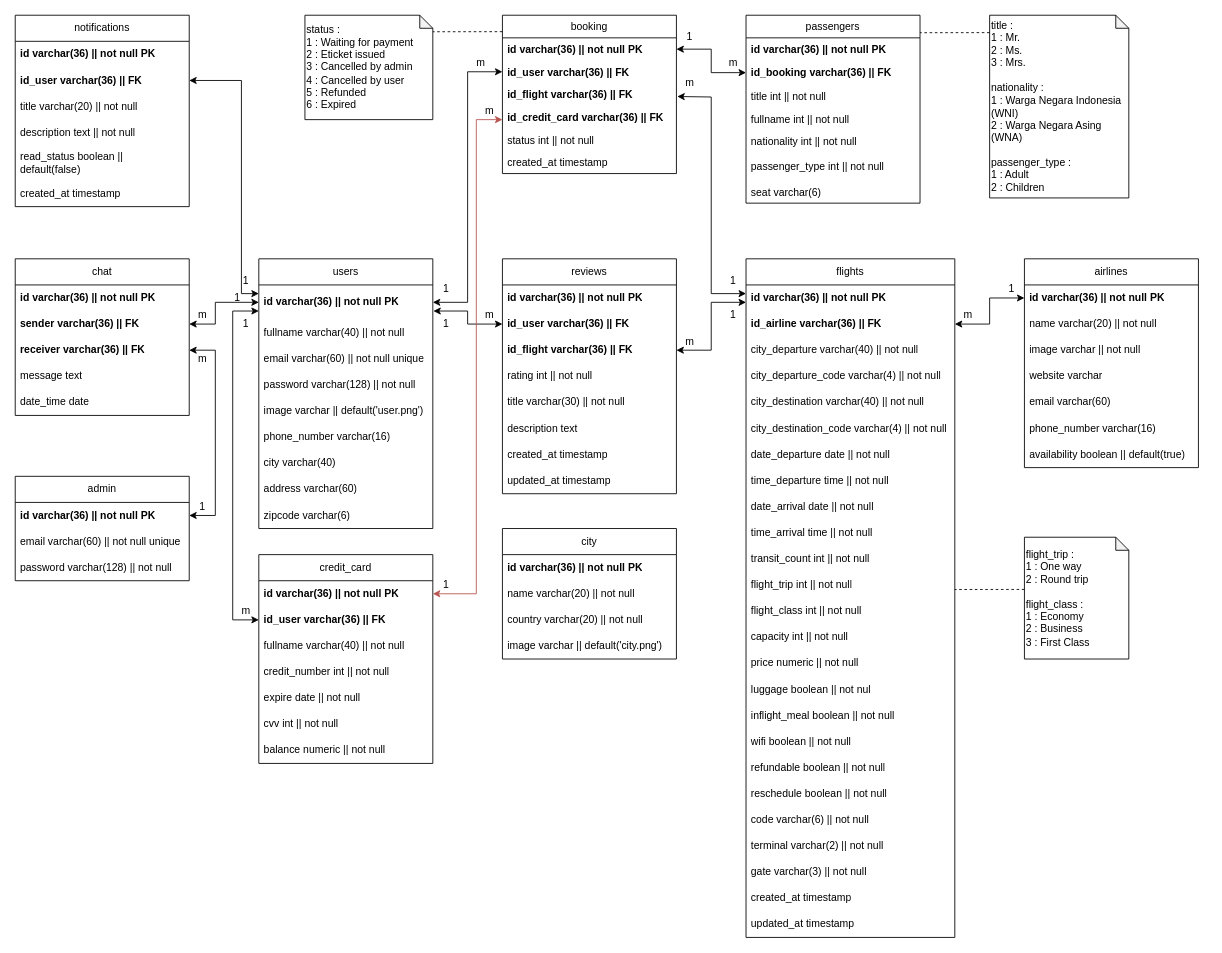
Earlier version of the draw.io diagram docs/ankasa_database.drawio (hosealeonardo18/ankasa-backend). Source tidied: cells renumbered, new cells numbered last; positions are measured from the earlier drawing's top-left corner, leaving out a move shared by most shapes. Both pictures are drawn from the tidied source at 87%, with x=0, y=0 at pixel (15, 15).
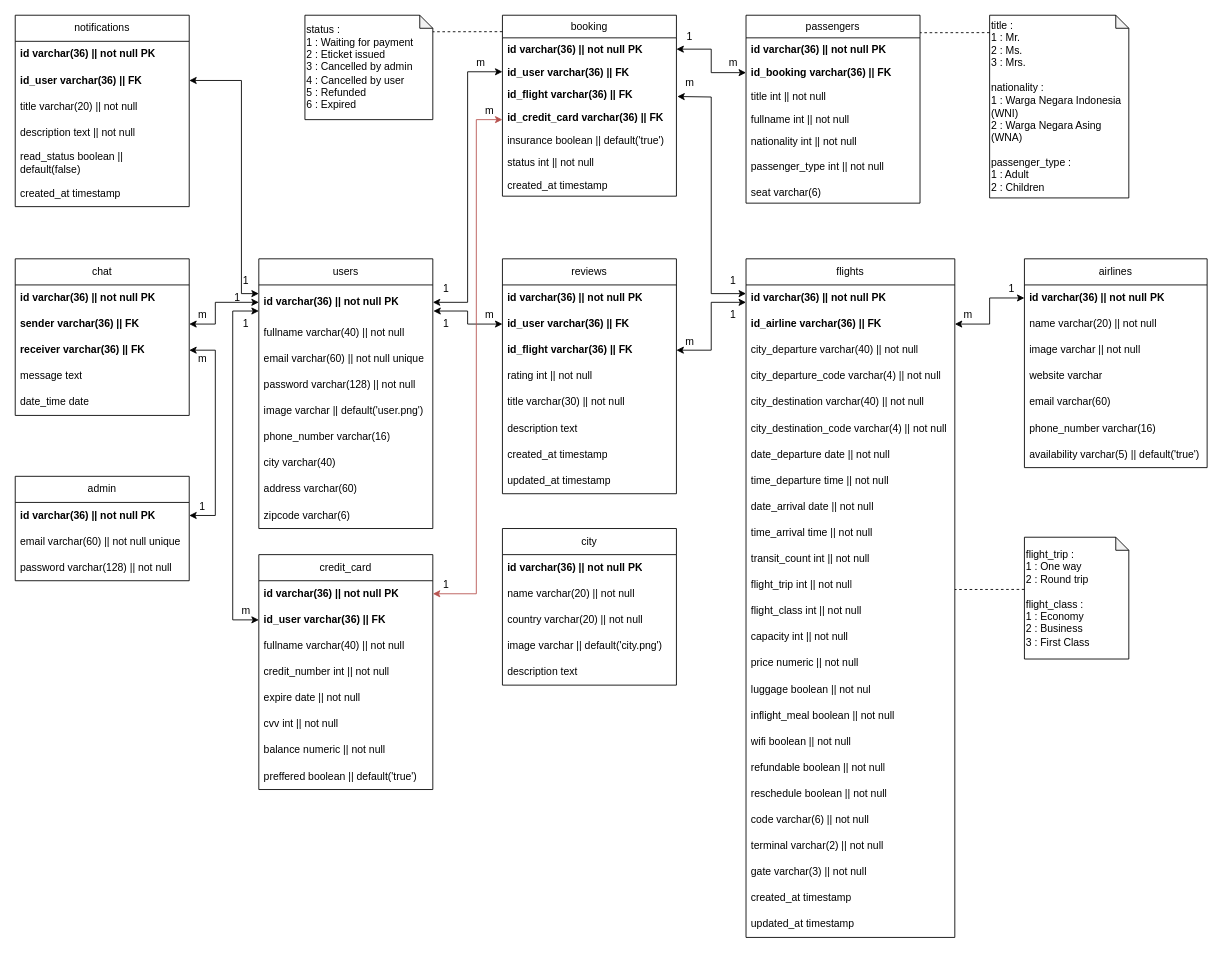
After the change.

What changed in the source:
```diff
@@
     <mxCell id="2" value="booking" style="swimlane;fontStyle=0;horizontal=1;startSize=26;fillColor=none;" parent="1" vertex="1">
-      <mxGeometry x="560" width="200" height="182" as="geometry" />
+      <mxGeometry x="560" width="200" height="208" as="geometry" />
     </mxCell>
@@
+    <mxCell id="138" value="insurance boolean || default('true')" style="text;strokeColor=none;fillColor=none;align=left;verticalAlign=top;spacingLeft=4;spacingRight=4;overflow=hidden;" parent="2" vertex="1">
+      <mxGeometry y="130" width="200" height="26" as="geometry" />
+    </mxCell>
     <mxCell id="7" value="status int || not null" style="text;strokeColor=none;fillColor=none;align=left;verticalAlign=top;spacingLeft=4;spacingRight=4;overflow=hidden;" parent="2" vertex="1">
-      <mxGeometry y="130" width="200" height="26" as="geometry" />
+      <mxGeometry y="156" width="200" height="26" as="geometry" />
     </mxCell>
     <mxCell id="8" value="created_at timestamp" style="text;strokeColor=none;fillColor=none;align=left;verticalAlign=top;spacingLeft=4;spacingRight=4;overflow=hidden;" parent="2" vertex="1">
-      <mxGeometry y="156" width="200" height="26" as="geometry" />
+      <mxGeometry y="182" width="200" height="26" as="geometry" />
     </mxCell>
@@
     <mxCell id="29" value="credit_card" style="swimlane;fontStyle=0;horizontal=1;startSize=30;whiteSpace=wrap;html=1;" parent="1" vertex="1">
-      <mxGeometry x="280" y="620" width="200" height="240" as="geometry" />
+      <mxGeometry x="280" y="620" width="200" height="270" as="geometry" />
     </mxCell>
@@
+    <mxCell id="139" value="preffered boolean || default('true')" style="text;strokeColor=none;fillColor=none;align=left;verticalAlign=middle;spacingLeft=4;spacingRight=4;overflow=hidden;whiteSpace=wrap;html=1;" parent="29" vertex="1">
+      <mxGeometry y="240" width="200" height="30" as="geometry" />
+    </mxCell>
     <mxCell id="37" value="city" style="swimlane;fontStyle=0;horizontal=1;startSize=30;whiteSpace=wrap;html=1;" parent="1" vertex="1">
-      <mxGeometry x="560" y="590" width="200" height="150" as="geometry" />
+      <mxGeometry x="560" y="590" width="200" height="180" as="geometry" />
     </mxCell>
@@
+    <mxCell id="140" value="description text" style="text;strokeColor=none;fillColor=none;align=left;verticalAlign=middle;spacingLeft=4;spacingRight=4;overflow=hidden;whiteSpace=wrap;html=1;" parent="37" vertex="1">
+      <mxGeometry y="150" width="200" height="30" as="geometry" />
+    </mxCell>
@@
     <mxCell id="68" value="airlines" style="swimlane;fontStyle=0;horizontal=1;startSize=30;whiteSpace=wrap;html=1;" parent="1" vertex="1">
-      <mxGeometry x="1160" y="280" width="200" height="240" as="geometry" />
+      <mxGeometry x="1160" y="280" width="210" height="240" as="geometry" />
     </mxCell>
     <mxCell id="69" value="&lt;span style=&quot;font-weight: 700;&quot;&gt;id varchar(36) || not null PK&lt;/span&gt;" style="text;strokeColor=none;fillColor=none;align=left;verticalAlign=middle;spacingLeft=4;spacingRight=4;overflow=hidden;points=[[0,0.5],[1,0.5]];portConstraint=eastwest;whiteSpace=wrap;html=1;" parent="68" vertex="1">
-      <mxGeometry y="30" width="200" height="30" as="geometry" />
+      <mxGeometry y="30" width="210" height="30" as="geometry" />
     </mxCell>
     <mxCell id="70" value="&lt;span style=&quot;&quot;&gt;name varchar(20) || not null&lt;/span&gt;" style="text;strokeColor=none;fillColor=none;align=left;verticalAlign=middle;spacingLeft=4;spacingRight=4;overflow=hidden;whiteSpace=wrap;html=1;" parent="68" vertex="1">
-      <mxGeometry y="60" width="200" height="30" as="geometry" />
+      <mxGeometry y="60" width="210" height="30" as="geometry" />
     </mxCell>
     <mxCell id="71" value="image varchar || not null" style="text;strokeColor=none;fillColor=none;align=left;verticalAlign=middle;spacingLeft=4;spacingRight=4;overflow=hidden;whiteSpace=wrap;html=1;" parent="68" vertex="1">
-      <mxGeometry y="90" width="200" height="30" as="geometry" />
+      <mxGeometry y="90" width="210" height="30" as="geometry" />
     </mxCell>
     <mxCell id="72" value="website varchar" style="text;strokeColor=none;fillColor=none;align=left;verticalAlign=middle;spacingLeft=4;spacingRight=4;overflow=hidden;whiteSpace=wrap;html=1;" parent="68" vertex="1">
-      <mxGeometry y="120" width="200" height="30" as="geometry" />
+      <mxGeometry y="120" width="210" height="30" as="geometry" />
     </mxCell>
     <mxCell id="73" value="email varchar(60)" style="text;strokeColor=none;fillColor=none;align=left;verticalAlign=middle;spacingLeft=4;spacingRight=4;overflow=hidden;whiteSpace=wrap;html=1;" parent="68" vertex="1">
-      <mxGeometry y="150" width="200" height="30" as="geometry" />
+      <mxGeometry y="150" width="210" height="30" as="geometry" />
     </mxCell>
     <mxCell id="74" value="phone_number varchar(16)" style="text;strokeColor=none;fillColor=none;align=left;verticalAlign=middle;spacingLeft=4;spacingRight=4;overflow=hidden;whiteSpace=wrap;html=1;" parent="68" vertex="1">
-      <mxGeometry y="180" width="200" height="30" as="geometry" />
+      <mxGeometry y="180" width="210" height="30" as="geometry" />
     </mxCell>
-    <mxCell id="75" value="availability boolean || default(true)" style="text;strokeColor=none;fillColor=none;align=left;verticalAlign=middle;spacingLeft=4;spacingRight=4;overflow=hidden;whiteSpace=wrap;html=1;" parent="68" vertex="1">
-      <mxGeometry y="210" width="200" height="30" as="geometry" />
+    <mxCell id="75" value="availability varchar(5) || default('true')" style="text;strokeColor=none;fillColor=none;align=left;verticalAlign=middle;spacingLeft=4;spacingRight=4;overflow=hidden;whiteSpace=wrap;html=1;" parent="68" vertex="1">
+      <mxGeometry y="210" width="210" height="30" as="geometry" />
     </mxCell>
```
